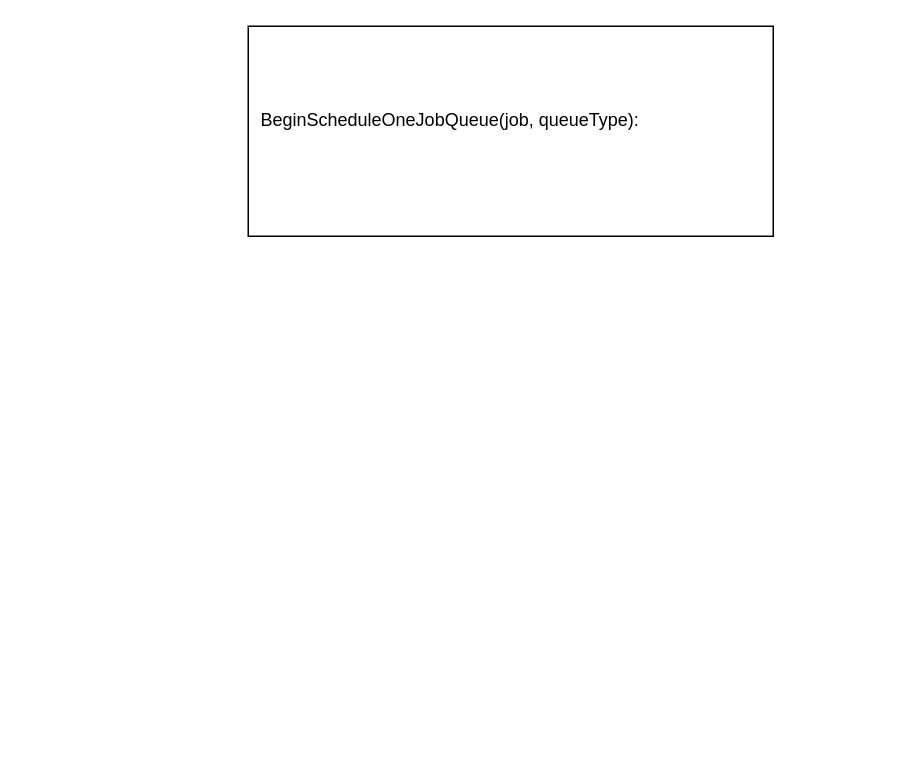
This is picture/tasks of job queues.drawio from yuyilei/Daily-Notes, a draw.io file, before an edit. Source tidied: cells renumbered, new cells numbered last; positions are measured from the earlier drawing's top-left corner, leaving out a move shared by most shapes. Both pictures are drawn from the tidied source at 150%, with x=0, y=0 at pixel (248, 26).
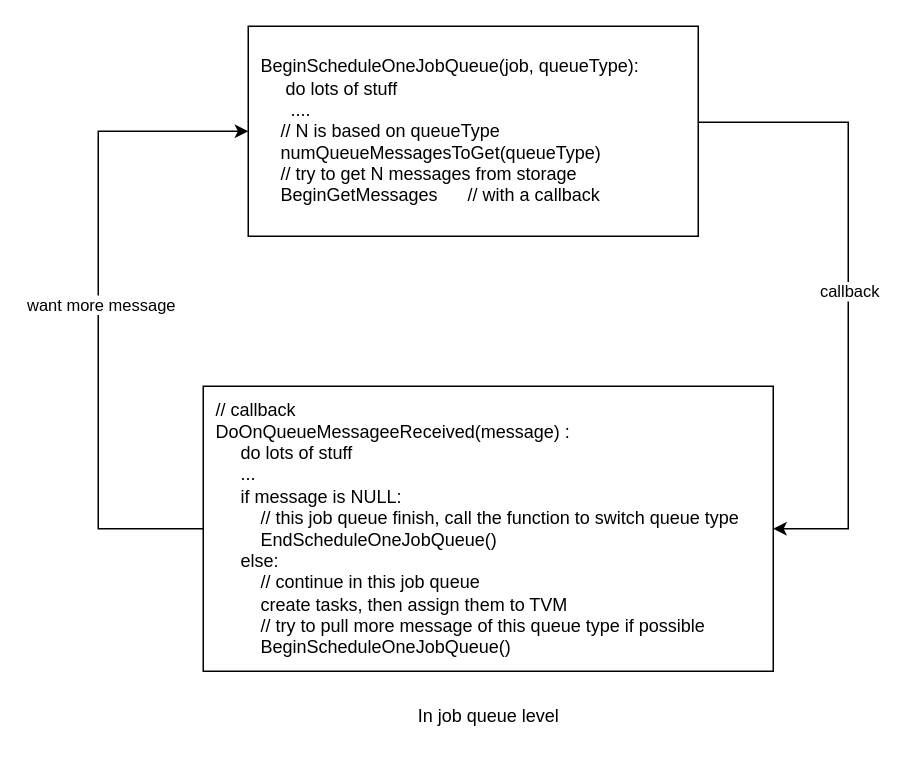
The same page after the edit.

Change to the diagram source:
```diff
@@
 <mxGraphModel>
   <root>
     <mxCell id="0" />
     <mxCell id="1" parent="0" />
+    <mxCell id="3" style="edgeStyle=orthogonalEdgeStyle;rounded=0;jettySize=auto;html=1;entryX=1;entryY=0.5;entryDx=0;entryDy=0;exitX=1;exitY=0.457;exitDx=0;exitDy=0;exitPerimeter=0;" parent="1" edge="1" source="2" target="7">
+      <mxGeometry relative="1" as="geometry">
+        <Array as="points">
+          <mxPoint x="400" y="64" />
+          <mxPoint x="400" y="335" />
+        </Array>
+      </mxGeometry>
+    </mxCell>
+    <mxCell id="4" value="callback" style="edgeLabel;html=1;align=center;verticalAlign=middle;" parent="3" vertex="1">
+      <mxGeometry x="0.01" relative="1" as="geometry" />
+    </mxCell>
-    <mxCell id="2" value="&amp;nbsp; BeginScheduleOneJobQueue(job, queueType):&amp;nbsp;&lt;br&gt;&amp;nbsp; &amp;nbsp; &amp;nbsp;&amp;nbsp;" style="rounded=0;whiteSpace=wrap;html=1;align=left;" parent="1" vertex="1">
-      <mxGeometry width="350" height="140" as="geometry" />
+    <mxCell id="2" value="&amp;nbsp; BeginScheduleOneJobQueue(job, queueType):&amp;nbsp;&lt;br&gt;&amp;nbsp; &amp;nbsp; &amp;nbsp; &amp;nbsp;do lots of stuff&amp;nbsp;&lt;br&gt;&amp;nbsp; &amp;nbsp; &amp;nbsp; &amp;nbsp; ....&amp;nbsp;&lt;br&gt;&amp;nbsp; &amp;nbsp; &amp;nbsp; // N is based on queueType&lt;br&gt;&amp;nbsp; &amp;nbsp; &amp;nbsp; numQueueMessagesToGet(queueType)&lt;br&gt;&amp;nbsp; &amp;nbsp; &amp;nbsp; // try to get N messages from storage&amp;nbsp;&lt;br&gt;&amp;nbsp; &amp;nbsp; &amp;nbsp; BeginGetMessages&amp;nbsp; &amp;nbsp; &amp;nbsp; // with a callback&amp;nbsp;" style="rounded=0;whiteSpace=wrap;html=1;align=left;" parent="1" vertex="1">
+      <mxGeometry width="300" height="140" as="geometry" />
     </mxCell>
+    <mxCell id="5" style="edgeStyle=orthogonalEdgeStyle;rounded=0;jettySize=auto;html=1;entryX=0;entryY=0.5;entryDx=0;entryDy=0;exitX=0;exitY=0.5;exitDx=0;exitDy=0;" parent="1" edge="1" source="7" target="2">
+      <mxGeometry relative="1" as="geometry">
+        <Array as="points">
+          <mxPoint x="-100" y="335" />
+          <mxPoint x="-100" y="70" />
+        </Array>
+      </mxGeometry>
+    </mxCell>
+    <mxCell id="6" value="want more message" style="edgeLabel;html=1;align=center;verticalAlign=middle;" parent="5" vertex="1">
+      <mxGeometry x="0.01" y="-1" relative="1" as="geometry" />
+    </mxCell>
+    <mxCell id="7" value="&amp;nbsp; // callback&amp;nbsp;&lt;br&gt;&amp;nbsp; DoOnQueueMessageeReceived(message) :&lt;br&gt;&amp;nbsp; &amp;nbsp; &amp;nbsp; &amp;nbsp;do lots of stuff&amp;nbsp;&lt;br&gt;&amp;nbsp; &amp;nbsp; &amp;nbsp; &amp;nbsp;...&lt;br&gt;&amp;nbsp; &amp;nbsp; &amp;nbsp; &amp;nbsp;if message is NULL:&amp;nbsp;&lt;br&gt;&amp;nbsp; &amp;nbsp; &amp;nbsp; &amp;nbsp; &amp;nbsp; &amp;nbsp;// this job queue finish, call the function to switch queue type&amp;nbsp;&lt;br&gt;&amp;nbsp; &amp;nbsp; &amp;nbsp; &amp;nbsp; &amp;nbsp; &amp;nbsp;EndScheduleOneJobQueue()&lt;br&gt;&amp;nbsp; &amp;nbsp; &amp;nbsp; &amp;nbsp;else:&amp;nbsp;&lt;br&gt;&amp;nbsp; &amp;nbsp; &amp;nbsp; &amp;nbsp; &amp;nbsp; &amp;nbsp;// continue in this job queue&amp;nbsp;&lt;br&gt;&amp;nbsp; &amp;nbsp; &amp;nbsp; &amp;nbsp; &amp;nbsp; &amp;nbsp;create tasks, then assign them to TVM&amp;nbsp;&lt;br&gt;&amp;nbsp; &amp;nbsp; &amp;nbsp; &amp;nbsp; &amp;nbsp; &amp;nbsp;// try to pull more message of this queue type if possible&amp;nbsp;&lt;br&gt;&amp;nbsp; &amp;nbsp; &amp;nbsp; &amp;nbsp; &amp;nbsp; &amp;nbsp;BeginScheduleOneJobQueue()&amp;nbsp; &amp;nbsp; &amp;nbsp;" style="rounded=0;whiteSpace=wrap;html=1;align=left;" parent="1" vertex="1">
+      <mxGeometry x="-30" y="240" width="380" height="190" as="geometry" />
+    </mxCell>
+    <mxCell id="8" value="In job queue level" style="text;html=1;align=center;verticalAlign=middle;" parent="1" vertex="1">
+      <mxGeometry x="105" y="450" width="110" height="20" as="geometry" />
+    </mxCell>
   </root>
 </mxGraphModel>
```
